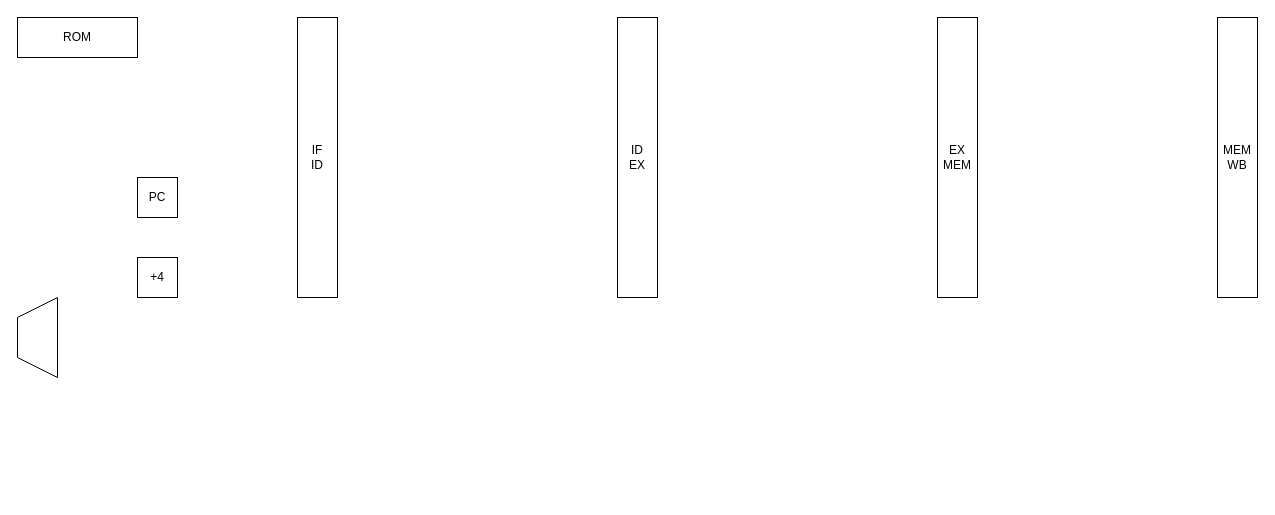
umiskky/Diagrams keeps this draw.io diagram as TinyMIPS.drawio. Above is the earlier version. Source tidied: cells renumbered, new cells numbered last; positions are measured from the earlier drawing's top-left corner, leaving out a move shared by most shapes. Both pictures are drawn from the tidied source at 100%, with x=0, y=0 at pixel (17, 17).
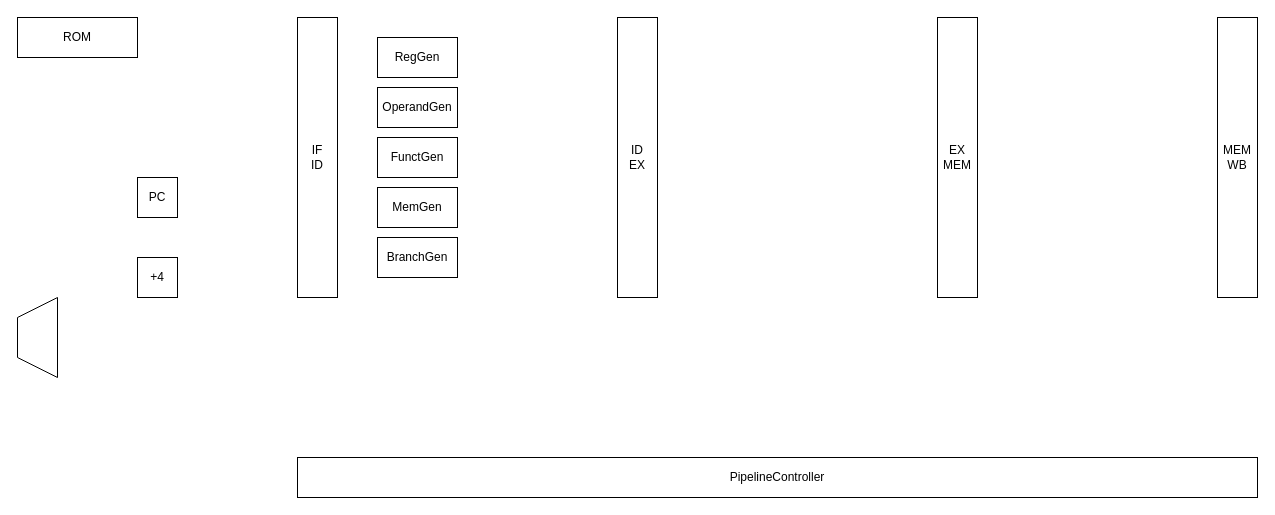
Above is the later version.

What changed in the source:
```diff
@@
 <mxGraphModel>
   <root>
     <mxCell id="0" />
     <mxCell id="1" parent="0" />
     <mxCell id="2" value="ROM" style="rounded=0;whiteSpace=wrap;html=1;" parent="1" vertex="1">
       <mxGeometry width="120" height="40" as="geometry" />
     </mxCell>
     <mxCell id="3" value="PC" style="rounded=0;whiteSpace=wrap;html=1;" parent="1" vertex="1">
       <mxGeometry x="120" y="160" width="40" height="40" as="geometry" />
     </mxCell>
     <mxCell id="4" style="shape=trapezoid;perimeter=trapezoidPerimeter;whiteSpace=wrap;html=1;fixedSize=1;direction=north;" parent="1" vertex="1">
       <mxGeometry y="280" width="40" height="80" as="geometry" />
     </mxCell>
     <mxCell id="5" value="+4" style="whiteSpace=wrap;html=1;" parent="1" vertex="1">
       <mxGeometry x="120" y="240" width="40" height="40" as="geometry" />
     </mxCell>
     <mxCell id="6" value="IF&lt;br&gt;ID" style="rounded=0;whiteSpace=wrap;html=1;" parent="1" vertex="1">
       <mxGeometry x="280" width="40" height="280" as="geometry" />
     </mxCell>
     <mxCell id="7" value="ID&lt;br&gt;EX" style="rounded=0;whiteSpace=wrap;html=1;" parent="1" vertex="1">
       <mxGeometry x="600" width="40" height="280" as="geometry" />
     </mxCell>
     <mxCell id="8" value="EX&lt;br&gt;MEM" style="rounded=0;whiteSpace=wrap;html=1;" parent="1" vertex="1">
       <mxGeometry x="920" width="40" height="280" as="geometry" />
     </mxCell>
     <mxCell id="9" value="MEM&lt;br&gt;WB" style="rounded=0;whiteSpace=wrap;html=1;" parent="1" vertex="1">
       <mxGeometry x="1200" width="40" height="280" as="geometry" />
     </mxCell>
+    <mxCell id="10" value="PipelineController" style="rounded=0;whiteSpace=wrap;html=1;" parent="1" vertex="1">
+      <mxGeometry x="280" y="440" width="960" height="40" as="geometry" />
+    </mxCell>
+    <mxCell id="11" value="RegGen" style="rounded=0;whiteSpace=wrap;html=1;" parent="1" vertex="1">
+      <mxGeometry x="360" y="20" width="80" height="40" as="geometry" />
+    </mxCell>
+    <mxCell id="12" value="&lt;span&gt;OperandGen&lt;/span&gt;" style="rounded=0;whiteSpace=wrap;html=1;" parent="1" vertex="1">
+      <mxGeometry x="360" y="70" width="80" height="40" as="geometry" />
+    </mxCell>
+    <mxCell id="13" value="FunctGen" style="rounded=0;whiteSpace=wrap;html=1;" parent="1" vertex="1">
+      <mxGeometry x="360" y="120" width="80" height="40" as="geometry" />
+    </mxCell>
+    <mxCell id="14" value="MemGen" style="rounded=0;whiteSpace=wrap;html=1;" parent="1" vertex="1">
+      <mxGeometry x="360" y="170" width="80" height="40" as="geometry" />
+    </mxCell>
+    <mxCell id="15" value="BranchGen" style="rounded=0;whiteSpace=wrap;html=1;" parent="1" vertex="1">
+      <mxGeometry x="360" y="220" width="80" height="40" as="geometry" />
+    </mxCell>
   </root>
 </mxGraphModel>
```
